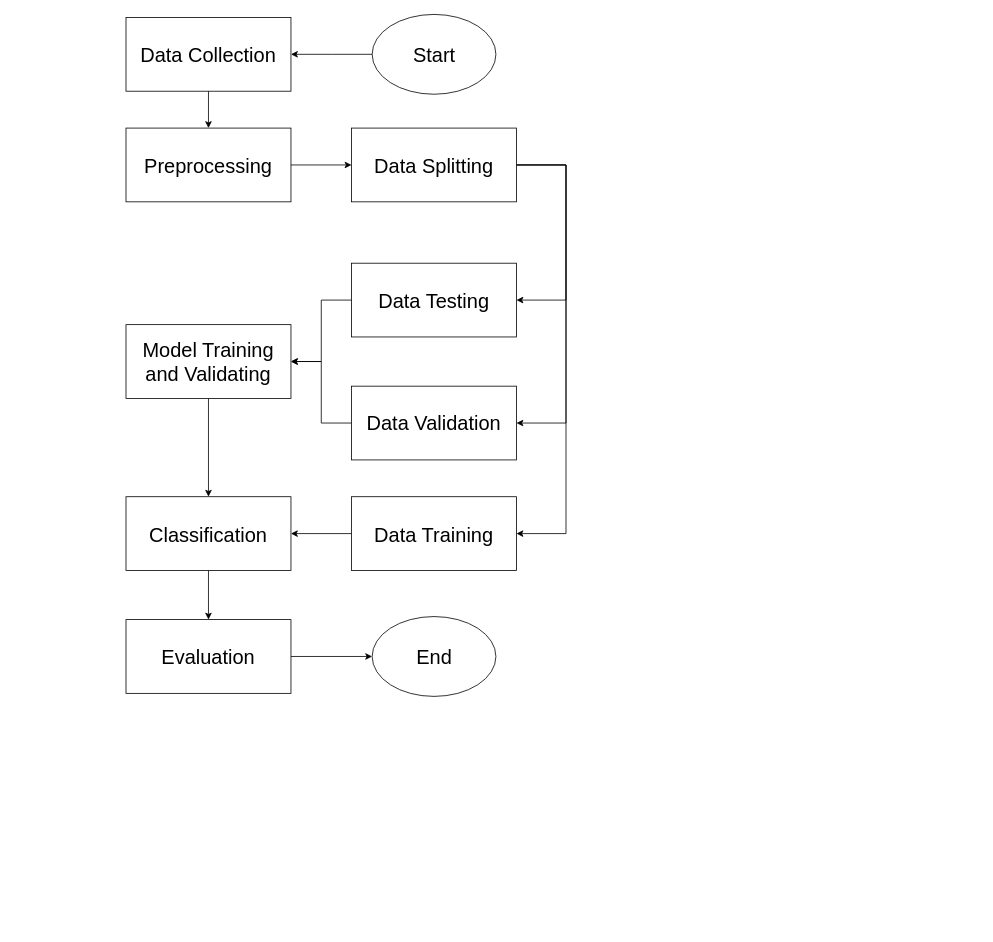
The draw.io diagram Diagram Blok Proses.drawio in erlanggadewa/Sentiment-Analysis-Review-Steam, before the edit. Source tidied: cells renumbered, new cells numbered last; positions are measured from the earlier drawing's top-left corner, leaving out a move shared by most shapes. Both pictures are drawn from the tidied source at 80%, with x=0, y=0 at pixel (126, 14).
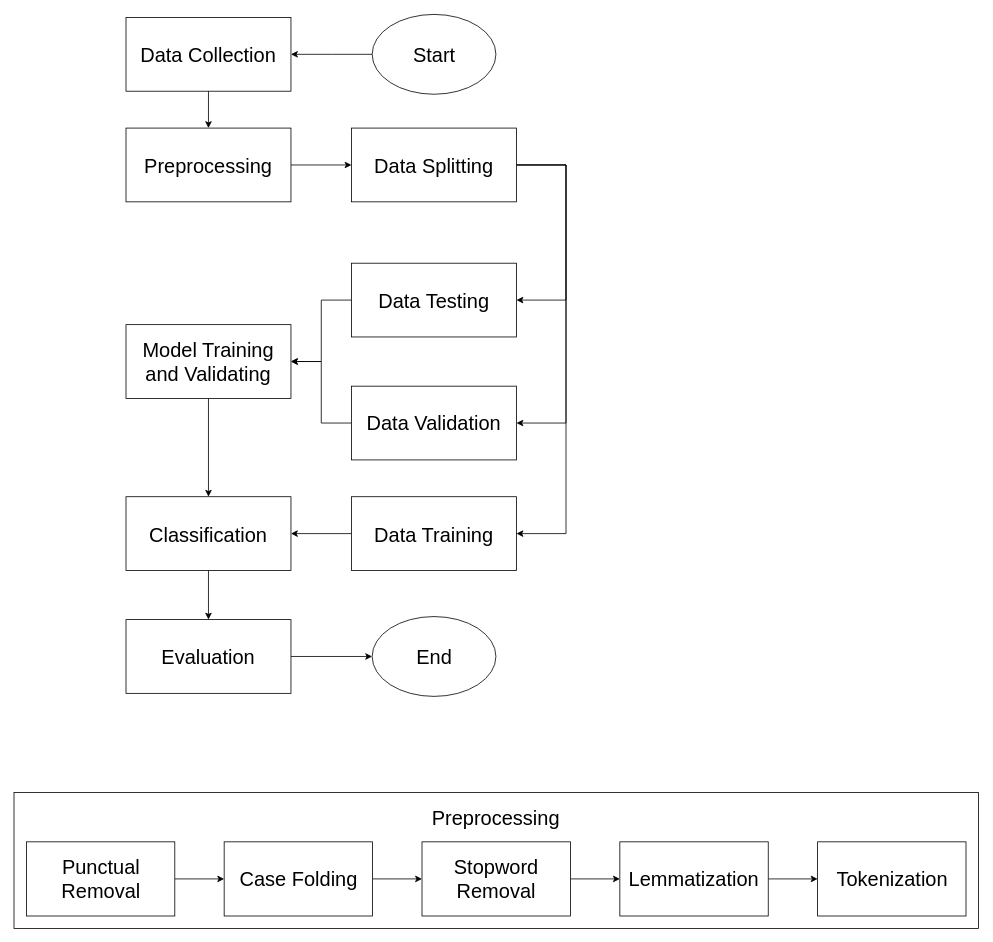
The same diagram, later.

Commit message (it also covers changes not shown here):
Update Diagram Blok Proses.png

What changed in the source:
```diff
@@
+    <mxCell id="26" style="group;fontSize=25;" parent="1" vertex="1">
+      <mxGeometry x="-140" y="972" width="1205.5" height="170" as="geometry" />
+    </mxCell>
+    <mxCell id="27" style="rounded=0;whiteSpace=wrap;html=1;fontSize=25;" parent="26" vertex="1">
+      <mxGeometry width="1205.5" height="170" as="geometry" />
+    </mxCell>
+    <mxCell id="28" style="edgeStyle=none;html=1;entryX=0;entryY=0.5;entryDx=0;entryDy=0;fontSize=25;" parent="26" edge="1" source="29" target="31">
+      <mxGeometry relative="1" as="geometry" />
+    </mxCell>
+    <mxCell id="29" value="Punctual Removal" style="rounded=0;whiteSpace=wrap;html=1;fontSize=25;" parent="26" vertex="1">
+      <mxGeometry x="15.5" y="61.8" width="185.5" height="92.7" as="geometry" />
+    </mxCell>
+    <mxCell id="30" style="edgeStyle=none;html=1;entryX=0;entryY=0.5;entryDx=0;entryDy=0;fontSize=25;" parent="26" edge="1" source="31" target="33">
+      <mxGeometry relative="1" as="geometry" />
+    </mxCell>
+    <mxCell id="31" value="&lt;span style=&quot;color: rgb(0, 0, 0);&quot;&gt;Case Folding&lt;/span&gt;" style="rounded=0;whiteSpace=wrap;html=1;fontSize=25;" parent="26" vertex="1">
+      <mxGeometry x="262.7" y="61.8" width="185.5" height="92.7" as="geometry" />
+    </mxCell>
+    <mxCell id="32" style="edgeStyle=none;html=1;entryX=0;entryY=0.5;entryDx=0;entryDy=0;fontSize=25;" parent="26" edge="1" source="33" target="35">
+      <mxGeometry relative="1" as="geometry" />
+    </mxCell>
+    <mxCell id="33" value="Stopword Removal" style="rounded=0;whiteSpace=wrap;html=1;fontSize=25;" parent="26" vertex="1">
+      <mxGeometry x="510" y="61.8" width="185.5" height="92.7" as="geometry" />
+    </mxCell>
+    <mxCell id="34" style="edgeStyle=none;html=1;entryX=0;entryY=0.5;entryDx=0;entryDy=0;fontSize=25;" parent="26" edge="1" source="35" target="36">
+      <mxGeometry relative="1" as="geometry" />
+    </mxCell>
+    <mxCell id="35" value="Lemmatization" style="rounded=0;whiteSpace=wrap;html=1;fontSize=25;" parent="26" vertex="1">
+      <mxGeometry x="757.3" y="61.8" width="185.5" height="92.7" as="geometry" />
+    </mxCell>
+    <mxCell id="36" value="Tokenization" style="rounded=0;whiteSpace=wrap;html=1;fontSize=25;" parent="26" vertex="1">
+      <mxGeometry x="1004.5" y="61.8" width="185.5" height="92.7" as="geometry" />
+    </mxCell>
+    <mxCell id="37" value="Preprocessing" style="text;html=1;align=center;verticalAlign=middle;whiteSpace=wrap;rounded=0;fontSize=25;" parent="26" vertex="1">
+      <mxGeometry x="556.4" y="7.7" width="92.7" height="46.4" as="geometry" />
+    </mxCell>
```
